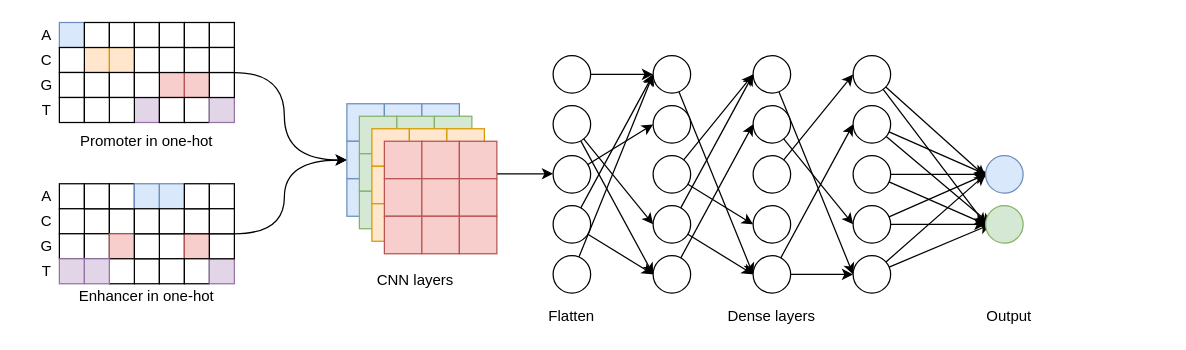
Before: onehot_cnn_one_branch.drawio in NaiveTom/draw.io, a draw.io diagram. Source tidied: cells renumbered, new cells numbered last; positions are measured from the earlier drawing's top-left corner, leaving out a move shared by most shapes. Both pictures are drawn from the tidied source at 125%, with x=0, y=0 at pixel (21, 22).
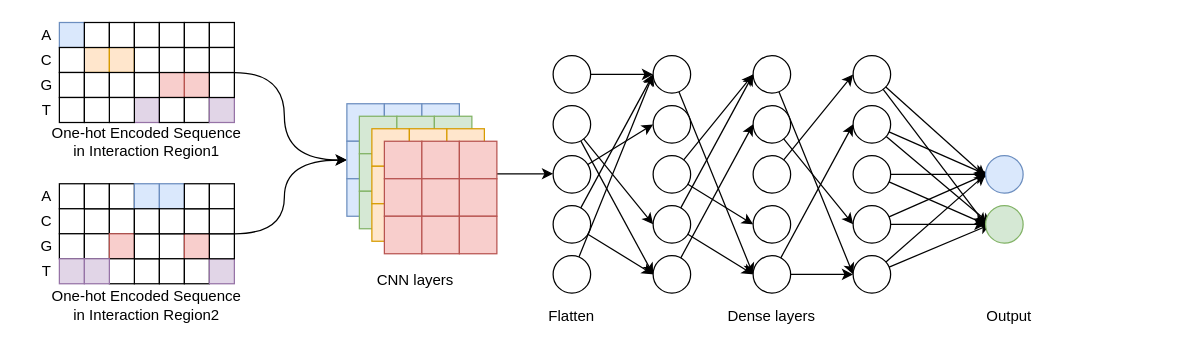
The same page after the edit.

Change to the diagram source:
```diff
@@
-    <mxCell id="2" value="&lt;div&gt;Promoter in one-hot&lt;/div&gt;" style="text;html=1;strokeColor=none;fillColor=none;align=center;verticalAlign=middle;whiteSpace=wrap;rounded=0;" parent="1" vertex="1">
+    <mxCell id="2" value="One-hot Encoded Sequence in Interaction Region1" style="text;html=1;strokeColor=none;fillColor=none;align=center;verticalAlign=middle;whiteSpace=wrap;rounded=0;" parent="1" vertex="1">
       <mxGeometry x="20" y="84.5" width="160" height="20" as="geometry" />
     </mxCell>
-    <mxCell id="3" value="&lt;div&gt;Enhancer in one-hot&lt;/div&gt;" style="text;html=1;strokeColor=none;fillColor=none;align=center;verticalAlign=middle;whiteSpace=wrap;rounded=0;" parent="1" vertex="1">
-      <mxGeometry x="20" y="208.5" width="160" height="20" as="geometry" />
+    <mxCell id="3" value="&lt;div&gt;One-hot Encoded Sequence in Interaction Region2&lt;/div&gt;" style="text;html=1;strokeColor=none;fillColor=none;align=center;verticalAlign=middle;whiteSpace=wrap;rounded=0;" parent="1" vertex="1">
+      <mxGeometry x="20" y="215.5" width="160" height="20" as="geometry" />
     </mxCell>
```
